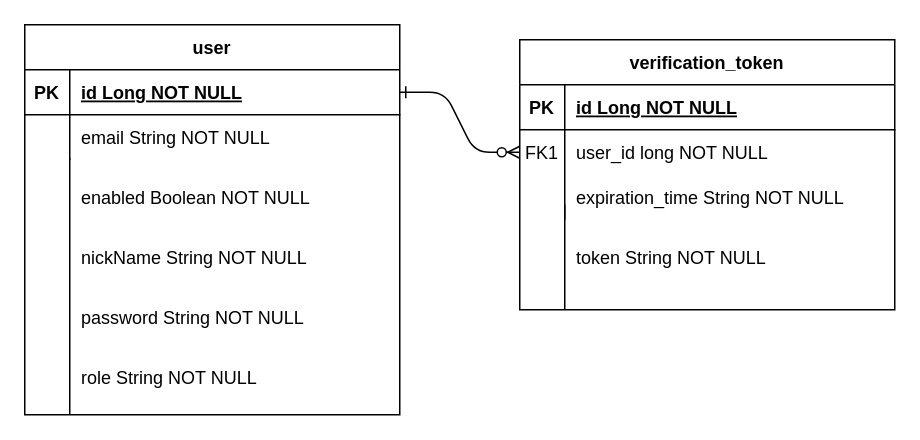
This is Untitled Diagram.drawio from iju1633/uostime_springboot, a draw.io file, before an edit. Source tidied: cells renumbered, new cells numbered last; positions are measured from the earlier drawing's top-left corner, leaving out a move shared by most shapes. Both pictures are drawn from the tidied source at 150%, with x=0, y=0 at pixel (24, 24).
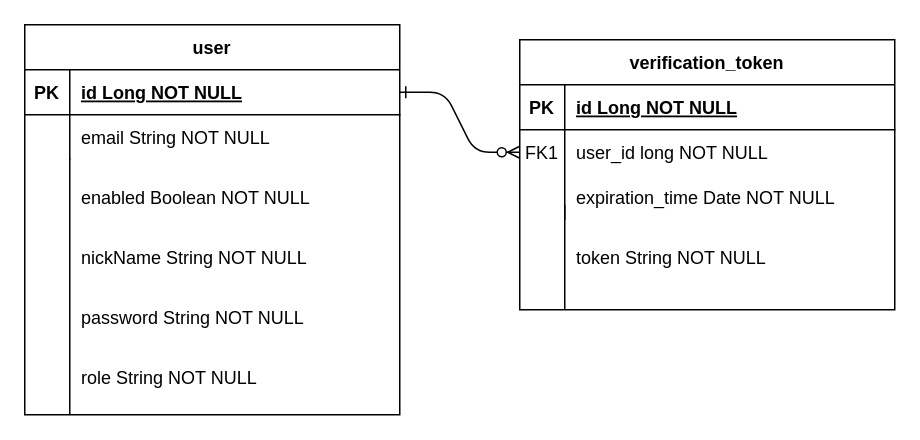
Above is the later version.

Unchanged cells that the change refers to:
```xml
<mxCell id="10" style="shape=partialRectangle;fillColor=none;top=0;left=0;right=0;bottom=0;" parent="3" vertex="1">
  <mxGeometry y="90" width="250" height="30" as="geometry" />
</mxCell>
```

What changed in the source:
```diff
@@
-    <mxCell id="12" value="expiration_time String NOT NULL" style="shape=partialRectangle;overflow=hidden;fillColor=none;top=0;left=0;bottom=0;right=0;align=left;spacingLeft=6;" parent="10" vertex="1">
+    <mxCell id="12" value="expiration_time Date NOT NULL" style="shape=partialRectangle;overflow=hidden;fillColor=none;top=0;left=0;bottom=0;right=0;align=left;spacingLeft=6;" parent="10" vertex="1">
       <mxGeometry x="30" width="220" height="30" as="geometry" />
     </mxCell>
```
